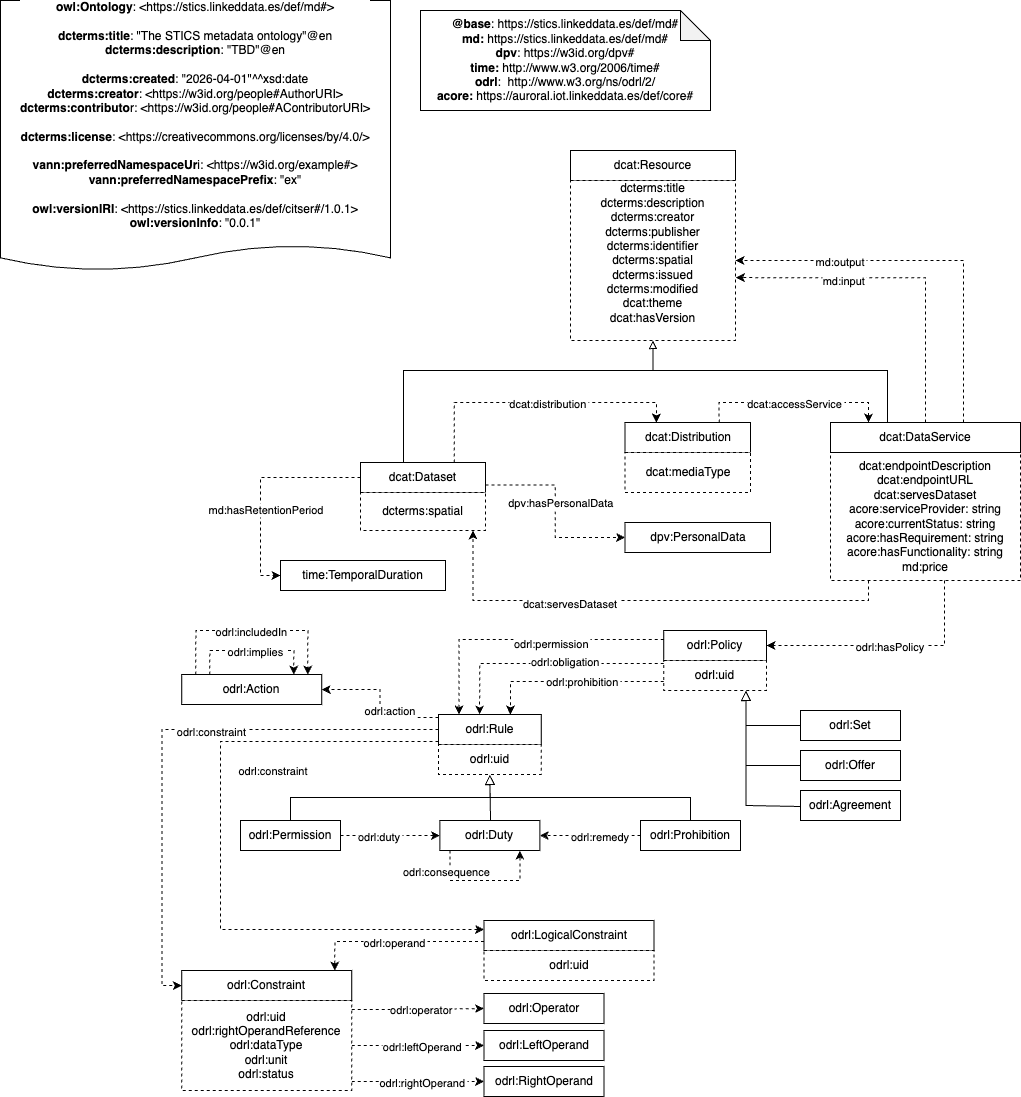
Earlier version of the draw.io export diagrams/diagram.png (STICS-UPM/Ontology-Metadata). Source tidied: cells renumbered, new cells last; positions are measured from the earlier drawing's top-left corner, leaving out a move shared by most shapes.
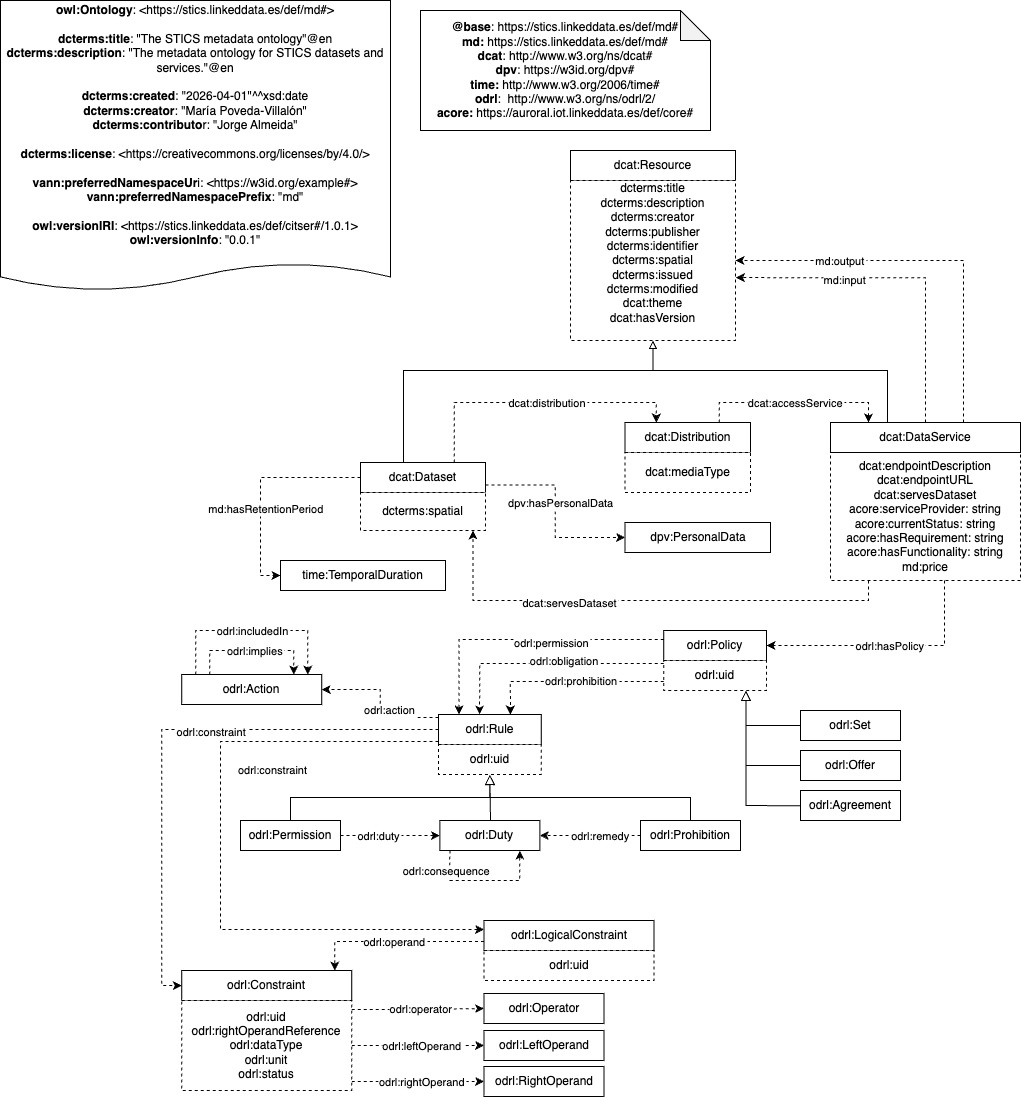
After the commit.

Diff of the diagram source:
```diff
@@ -16,11 +16,11 @@
     <mxCell id="4" value="dcterms:title&lt;div&gt;dcterms:description&lt;br&gt;&lt;/div&gt;&lt;div&gt;&lt;span style=&quot;background-color: initial;&quot;&gt;dcterms&lt;/span&gt;:creator&lt;/div&gt;&lt;div&gt;&lt;span style=&quot;background-color: initial;&quot;&gt;dcterms&lt;/span&gt;:publisher&lt;/div&gt;&lt;div&gt;&lt;span style=&quot;background-color: initial;&quot;&gt;dcterms:identifier&lt;/span&gt;&lt;br&gt;&lt;/div&gt;&lt;div&gt;dcterms:spatial&lt;/div&gt;&lt;div&gt;dcterms:issued&lt;/div&gt;&lt;div&gt;dcterms:modified&lt;/div&gt;&lt;div&gt;dcat:theme&lt;/div&gt;&lt;div&gt;dcat:hasVersion&lt;/div&gt;&lt;div&gt;&lt;br&gt;&lt;/div&gt;" style="rounded=0;whiteSpace=wrap;html=1;snapToPoint=1;points=[[0.1,0],[0.2,0],[0.3,0],[0.4,0],[0.5,0],[0.6,0],[0.7,0],[0.8,0],[0.9,0],[0,0.1],[0,0.3],[0,0.5],[0,0.7],[0,0.9],[0.1,1],[0.2,1],[0.3,1],[0.4,1],[0.5,1],[0.6,1],[0.7,1],[0.8,1],[0.9,1],[1,0.1],[1,0.3],[1,0.5],[1,0.7],[1,0.9]];dashed=1;" parent="1" vertex="1">
       <mxGeometry x="570" y="180" width="165" height="160" as="geometry" />
     </mxCell>
-    <mxCell id="5" value="&lt;div&gt;&lt;b style=&quot;border-color: var(--border-color);&quot;&gt;owl:Ontology&lt;/b&gt;: &amp;lt;https://stics.linkeddata.es/def/md#&amp;gt;&lt;b&gt;&lt;br&gt;&lt;/b&gt;&lt;/div&gt;&lt;div&gt;&lt;b&gt;&lt;br&gt;&lt;/b&gt;&lt;/div&gt;&lt;div&gt;&lt;span style=&quot;background-color: light-dark(rgb(255, 255, 255), rgb(18, 18, 18));&quot;&gt;&lt;b&gt;dcterms&lt;/b&gt;&lt;/span&gt;&lt;b&gt;:title&lt;/b&gt;: &quot;The STICS metadata ontology&quot;@en &lt;br&gt;&lt;b&gt;dcterms&lt;/b&gt;&lt;b&gt;:description&lt;/b&gt;: &quot;TBD&quot;@en &lt;br&gt;&lt;br&gt;&lt;b&gt;dcterms&lt;/b&gt;&lt;b&gt;:created&lt;/b&gt;: &quot;2026-04-01&quot;^^xsd:date &lt;br&gt;&lt;b&gt;dcterms&lt;/b&gt;&lt;b&gt;:creator&lt;/b&gt;: &amp;lt;https://w3id.org/people#AuthorURI&amp;gt;&lt;br&gt;&lt;b&gt;dcterms&lt;/b&gt;&lt;b&gt;:contributo&lt;/b&gt;r: &amp;lt;https://w3id.org/people#AContributorURI&amp;gt;&lt;br&gt;&lt;br&gt;&lt;b&gt;dcterms&lt;/b&gt;&lt;b&gt;:license&lt;/b&gt;: &amp;lt;https://creativecommons.org/licenses/by/4.0/&amp;gt;&lt;br&gt;&lt;/div&gt;&lt;div&gt;&lt;br&gt;&lt;/div&gt;&lt;div&gt;&lt;b&gt;vann:preferredNamespaceUr&lt;/b&gt;i: &amp;lt;https://w3id.org/example#&amp;gt;&lt;br&gt;&lt;b&gt;vann:preferredNamespacePrefix&lt;/b&gt;: &quot;ex&quot; &lt;br&gt;&lt;br&gt;&lt;b&gt;owl:versionIRI&lt;/b&gt;: &amp;lt;https://stics.linkeddata.es/def/citser#/1.0.1&amp;gt;&lt;br&gt;&lt;b&gt;owl:versionInfo&lt;/b&gt;: &quot;0.0.1&quot;&lt;br&gt;&lt;br&gt;&lt;/div&gt;" style="shape=document;whiteSpace=wrap;html=1;boundedLbl=1;labelBackgroundColor=#ffffff;strokeColor=#000000;fontSize=12;fontColor=#000000;size=0.09375;" parent="1" vertex="1">
-      <mxGeometry width="390" height="270" as="geometry" />
+    <mxCell id="5" value="&lt;div&gt;&lt;b style=&quot;border-color: var(--border-color);&quot;&gt;owl:Ontology&lt;/b&gt;: &amp;lt;https://stics.linkeddata.es/def/md#&amp;gt;&lt;b&gt;&lt;br&gt;&lt;/b&gt;&lt;/div&gt;&lt;div&gt;&lt;b&gt;&lt;br&gt;&lt;/b&gt;&lt;/div&gt;&lt;div&gt;&lt;span style=&quot;background-color: light-dark(rgb(255, 255, 255), rgb(18, 18, 18));&quot;&gt;&lt;b&gt;dcterms&lt;/b&gt;&lt;/span&gt;&lt;b&gt;:title&lt;/b&gt;: &quot;The STICS metadata ontology&quot;@en &lt;br&gt;&lt;b&gt;dcterms&lt;/b&gt;&lt;b&gt;:description&lt;/b&gt;: &quot;The metadata ontology for STICS datasets and services.&quot;@en &lt;br&gt;&lt;br&gt;&lt;b&gt;dcterms&lt;/b&gt;&lt;b&gt;:created&lt;/b&gt;: &quot;2026-04-01&quot;^^xsd:date &lt;br&gt;&lt;b&gt;dcterms&lt;/b&gt;&lt;b&gt;:creator&lt;/b&gt;: &quot;María Poveda-Villalón&quot;&lt;br&gt;&lt;b&gt;dcterms&lt;/b&gt;&lt;b&gt;:contributo&lt;/b&gt;r: &quot;Jorge Almeida&quot;&lt;br&gt;&lt;br&gt;&lt;b&gt;dcterms&lt;/b&gt;&lt;b&gt;:license&lt;/b&gt;: &amp;lt;https://creativecommons.org/licenses/by/4.0/&amp;gt;&lt;br&gt;&lt;/div&gt;&lt;div&gt;&lt;br&gt;&lt;/div&gt;&lt;div&gt;&lt;b&gt;vann:preferredNamespaceUr&lt;/b&gt;i: &amp;lt;https://w3id.org/example#&amp;gt;&lt;br&gt;&lt;b&gt;vann:preferredNamespacePrefix&lt;/b&gt;: &quot;md&quot; &lt;br&gt;&lt;br&gt;&lt;b&gt;owl:versionIRI&lt;/b&gt;: &amp;lt;https://stics.linkeddata.es/def/citser#/1.0.1&amp;gt;&lt;br&gt;&lt;b&gt;owl:versionInfo&lt;/b&gt;: &quot;0.0.1&quot;&lt;br&gt;&lt;br&gt;&lt;/div&gt;" style="shape=document;whiteSpace=wrap;html=1;boundedLbl=1;labelBackgroundColor=#ffffff;strokeColor=#000000;fontSize=12;fontColor=#000000;size=0.09375;" parent="1" vertex="1">
+      <mxGeometry width="390" height="290" as="geometry" />
     </mxCell>
-    <mxCell id="6" value="&lt;div&gt;&lt;b&gt;@base&lt;/b&gt;:&amp;nbsp;&lt;span style=&quot;background-color: rgb(255, 255, 255);&quot;&gt;https://stics.linkeddata.es/def/md#&lt;/span&gt;&lt;/div&gt;&lt;div style=&quot;&quot;&gt;&lt;b&gt;md:&lt;/b&gt;&amp;nbsp;&lt;span style=&quot;background-color: rgb(255, 255, 255);&quot;&gt;https://stics.linkeddata.es/def/md#&lt;/span&gt;&lt;/div&gt;&lt;div style=&quot;&quot;&gt;&lt;span style=&quot;background-color: rgb(255, 255, 255);&quot;&gt;&lt;b&gt;dpv&lt;/b&gt;:&amp;nbsp;&lt;/span&gt;&lt;span style=&quot;background-color: initial;&quot;&gt;https://w3id.org/dpv#&lt;/span&gt;&lt;/div&gt;&lt;div style=&quot;&quot;&gt;&lt;b&gt;time:&lt;/b&gt;&amp;nbsp;&lt;span style=&quot;background-color: initial;&quot;&gt;http://www.w3.org/2006/time#&lt;/span&gt;&lt;span style=&quot;background-color: rgb(255, 255, 255);&quot;&gt;&lt;br&gt;&lt;/span&gt;&lt;/div&gt;&lt;div style=&quot;&quot;&gt;&lt;span style=&quot;background-color: initial;&quot;&gt;&lt;b&gt;odrl&lt;/b&gt;:&amp;nbsp;&lt;/span&gt;&lt;span style=&quot;background-color: initial;&quot;&gt;&amp;nbsp;http://www.w3.org/ns/odrl/2/&lt;/span&gt;&lt;/div&gt;&lt;div style=&quot;&quot;&gt;&lt;b&gt;acore:&lt;/b&gt;&amp;nbsp;&lt;span style=&quot;text-wrap: nowrap; background-color: initial;&quot;&gt;https://auroral.iot.linkeddata.es/def/core#&lt;/span&gt;&lt;span style=&quot;background-color: initial;&quot;&gt;&lt;br&gt;&lt;/span&gt;&lt;/div&gt;" style="shape=note;whiteSpace=wrap;html=1;backgroundOutline=1;darkOpacity=0.05;" parent="1" vertex="1">
-      <mxGeometry x="420" y="10" width="290" height="100" as="geometry" />
+    <mxCell id="6" value="&lt;div&gt;&lt;b&gt;@base&lt;/b&gt;:&amp;nbsp;&lt;span style=&quot;background-color: rgb(255, 255, 255);&quot;&gt;https://stics.linkeddata.es/def/md#&lt;/span&gt;&lt;/div&gt;&lt;div style=&quot;&quot;&gt;&lt;b&gt;md:&lt;/b&gt;&amp;nbsp;&lt;span style=&quot;background-color: rgb(255, 255, 255);&quot;&gt;https://stics.linkeddata.es/def/md#&lt;/span&gt;&lt;/div&gt;&lt;div style=&quot;&quot;&gt;&lt;span style=&quot;background-color: rgb(255, 255, 255);&quot;&gt;&lt;b&gt;dcat&lt;/b&gt;:&amp;nbsp;&lt;/span&gt;&lt;span style=&quot;background-color: initial;&quot;&gt;http://www.w3.org/ns/dcat#&lt;/span&gt;&lt;/div&gt;&lt;div style=&quot;&quot;&gt;&lt;span style=&quot;background-color: rgb(255, 255, 255);&quot;&gt;&lt;b&gt;dpv&lt;/b&gt;:&amp;nbsp;&lt;/span&gt;&lt;span style=&quot;background-color: initial;&quot;&gt;https://w3id.org/dpv#&lt;/span&gt;&lt;/div&gt;&lt;div style=&quot;&quot;&gt;&lt;b&gt;time:&lt;/b&gt;&amp;nbsp;&lt;span style=&quot;background-color: initial;&quot;&gt;http://www.w3.org/2006/time#&lt;/span&gt;&lt;span style=&quot;background-color: rgb(255, 255, 255);&quot;&gt;&lt;br&gt;&lt;/span&gt;&lt;/div&gt;&lt;div style=&quot;&quot;&gt;&lt;span style=&quot;background-color: initial;&quot;&gt;&lt;b&gt;odrl&lt;/b&gt;:&amp;nbsp;&lt;/span&gt;&lt;span style=&quot;background-color: initial;&quot;&gt;&amp;nbsp;http://www.w3.org/ns/odrl/2/&lt;/span&gt;&lt;/div&gt;&lt;div style=&quot;&quot;&gt;&lt;b&gt;acore:&lt;/b&gt;&amp;nbsp;&lt;span style=&quot;text-wrap: nowrap; background-color: initial;&quot;&gt;https://auroral.iot.linkeddata.es/def/core#&lt;/span&gt;&lt;span style=&quot;background-color: initial;&quot;&gt;&lt;br&gt;&lt;/span&gt;&lt;/div&gt;" style="shape=note;whiteSpace=wrap;html=1;backgroundOutline=1;darkOpacity=0.05;" parent="1" vertex="1">
+      <mxGeometry x="420" y="10" width="290" height="120" as="geometry" />
     </mxCell>
     <mxCell id="7" value="dcat:Dataset" style="rounded=0;whiteSpace=wrap;html=1;" parent="1" vertex="1">
       <mxGeometry x="360" y="462" width="125" height="30" as="geometry" />
```
